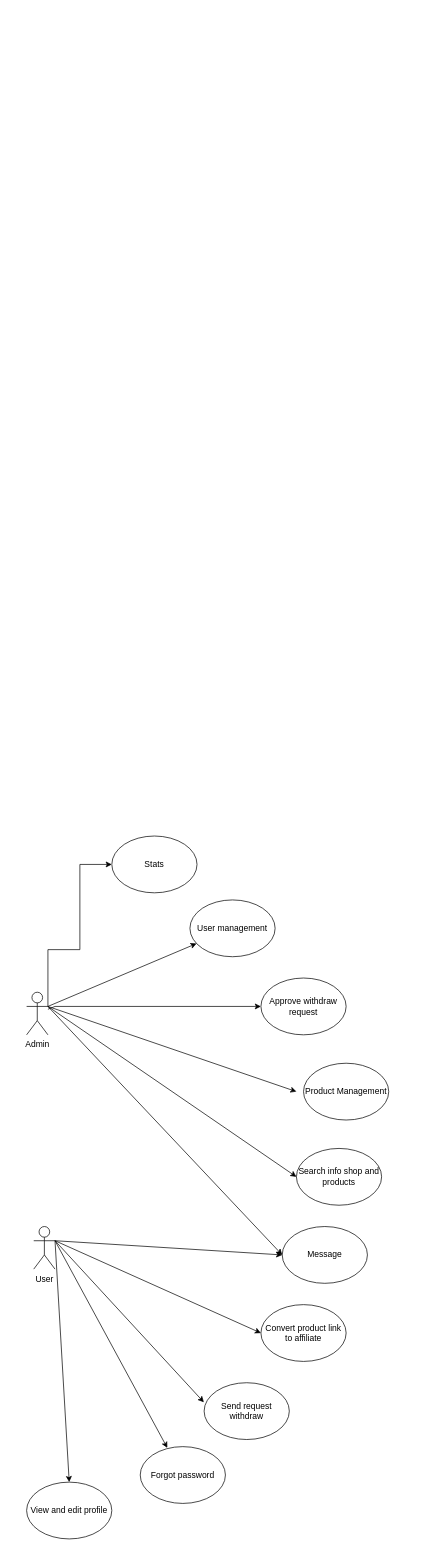
ducdungtranquang/Bai-Web keeps this draw.io diagram as Untitled Diagram.drawio. Above is the earlier version. Source tidied: cells renumbered, new cells numbered last; positions are measured from the earlier drawing's top-left corner, leaving out a move shared by most shapes. Both pictures are drawn from the tidied source at 71%, with x=0, y=0 at pixel (26, 836).
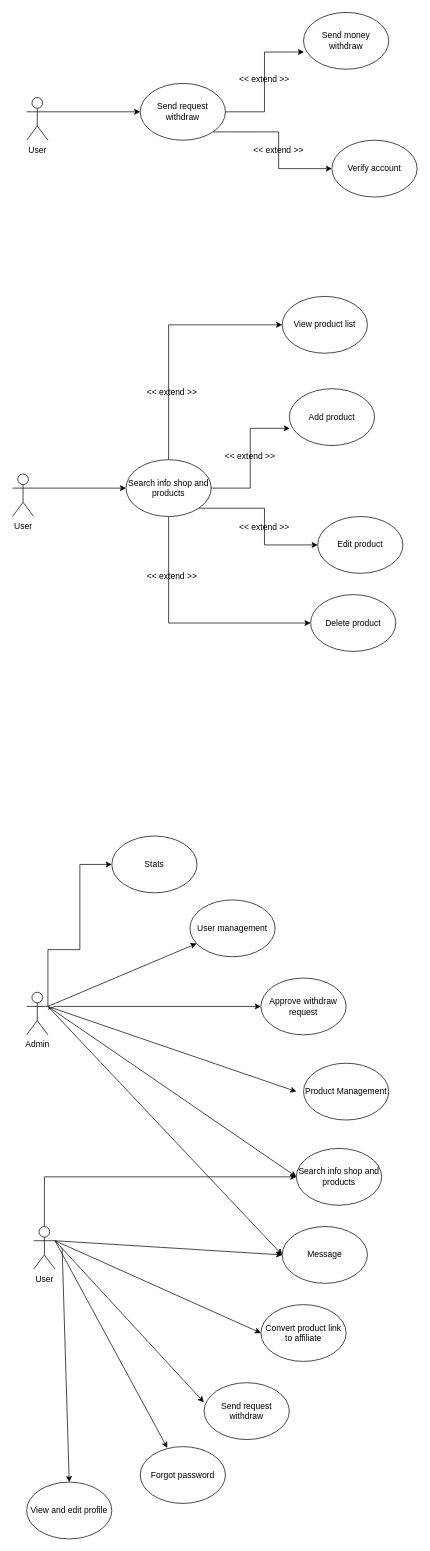
Above is the later version.

The change refers to these unchanged cells:
```xml
<mxCell id="8" value="Search info shop and products" style="ellipse;whiteSpace=wrap;html=1;" parent="1" vertex="1">
  <mxGeometry x="380" y="440" width="120" height="80" as="geometry" />
</mxCell>
<mxCell id="13" value="User" style="shape=umlActor;verticalLabelPosition=bottom;verticalAlign=top;html=1;outlineConnect=0;" parent="1" vertex="1">
  <mxGeometry x="10" y="550" width="30" height="60" as="geometry" />
</mxCell>
<mxCell id="14" value="View and edit profile" style="ellipse;whiteSpace=wrap;html=1;" parent="1" vertex="1">
  <mxGeometry y="910" width="120" height="80" as="geometry" />
</mxCell>
```

Diff of the diagram source:
```diff
@@
+    <mxCell id="25" style="edgeStyle=orthogonalEdgeStyle;rounded=0;jettySize=auto;html=1;exitX=0.5;exitY=0;exitDx=0;exitDy=0;exitPerimeter=0;entryX=0;entryY=0.5;entryDx=0;entryDy=0;" parent="1" edge="1" source="13" target="8">
+      <mxGeometry relative="1" as="geometry" />
+    </mxCell>
@@
-    <mxCell id="23" style="endArrow=classic;html=1;rounded=0;entryX=0.5;entryY=0;entryDx=0;entryDy=0;exitX=1;exitY=0.3333333333333333;exitDx=0;exitDy=0;exitPerimeter=0;" parent="1" edge="1" source="13" target="14">
-      <mxGeometry relative="1" as="geometry" />
+    <mxCell id="23" style="endArrow=classic;html=1;rounded=0;entryX=0.5;entryY=0;entryDx=0;entryDy=0;" parent="1" edge="1" target="14">
+      <mxGeometry relative="1" as="geometry">
+        <mxPoint x="50" y="580" as="sourcePoint" />
+      </mxGeometry>
     </mxCell>
@@
+    <mxCell id="26" value="User" style="shape=umlActor;verticalLabelPosition=bottom;verticalAlign=top;html=1;" parent="1" vertex="1">
+      <mxGeometry x="-20" y="-510" width="30" height="60" as="geometry" />
+    </mxCell>
+    <mxCell id="27" style="edgeStyle=orthogonalEdgeStyle;rounded=0;jettySize=auto;html=1;exitX=1;exitY=1;exitDx=0;exitDy=0;entryX=0;entryY=0.5;entryDx=0;entryDy=0;" parent="1" edge="1" source="30" target="32">
+      <mxGeometry relative="1" as="geometry" />
+    </mxCell>
+    <mxCell id="28" style="edgeStyle=orthogonalEdgeStyle;rounded=0;jettySize=auto;html=1;exitX=0.5;exitY=1;exitDx=0;exitDy=0;entryX=0;entryY=0.5;entryDx=0;entryDy=0;" parent="1" edge="1" source="30" target="37">
+      <mxGeometry relative="1" as="geometry" />
+    </mxCell>
+    <mxCell id="29" style="edgeStyle=orthogonalEdgeStyle;rounded=0;jettySize=auto;html=1;exitX=0.5;exitY=0;exitDx=0;exitDy=0;entryX=0;entryY=0.5;entryDx=0;entryDy=0;" parent="1" edge="1" source="30" target="38">
+      <mxGeometry relative="1" as="geometry" />
+    </mxCell>
+    <mxCell id="30" value="Search info shop and products" style="ellipse;whiteSpace=wrap;html=1;" parent="1" vertex="1">
+      <mxGeometry x="140" y="-530" width="120" height="80" as="geometry" />
+    </mxCell>
+    <mxCell id="31" style="endArrow=classic;html=1;rounded=0;entryX=0;entryY=0.5;entryDx=0;entryDy=0;" parent="1" edge="1" target="30">
+      <mxGeometry relative="1" as="geometry">
+        <mxPoint x="10" y="-490" as="sourcePoint" />
+      </mxGeometry>
+    </mxCell>
+    <mxCell id="32" value="Edit product" style="ellipse;whiteSpace=wrap;html=1;" parent="1" vertex="1">
+      <mxGeometry x="410" y="-450" width="120" height="80" as="geometry" />
+    </mxCell>
+    <mxCell id="33" value="Add product" style="ellipse;whiteSpace=wrap;html=1;" parent="1" vertex="1">
+      <mxGeometry x="370" y="-630" width="120" height="80" as="geometry" />
+    </mxCell>
+    <mxCell id="34" style="edgeStyle=orthogonalEdgeStyle;rounded=0;jettySize=auto;html=1;entryX=0.006;entryY=0.697;entryDx=0;entryDy=0;entryPerimeter=0;" parent="1" edge="1" source="30" target="33">
+      <mxGeometry relative="1" as="geometry" />
+    </mxCell>
+    <mxCell id="35" value="&amp;lt;&amp;lt; extend &amp;gt;&amp;gt;" style="text;html=1;align=center;verticalAlign=middle;whiteSpace=wrap;rounded=0;" parent="1" vertex="1">
+      <mxGeometry x="250" y="-550" width="130" height="30" as="geometry" />
+    </mxCell>
+    <mxCell id="36" value="&amp;lt;&amp;lt; extend &amp;gt;&amp;gt;" style="text;html=1;align=center;verticalAlign=middle;whiteSpace=wrap;rounded=0;" parent="1" vertex="1">
+      <mxGeometry x="270" y="-450" width="130" height="30" as="geometry" />
+    </mxCell>
+    <mxCell id="37" value="Delete product" style="ellipse;whiteSpace=wrap;html=1;" parent="1" vertex="1">
+      <mxGeometry x="400" y="-340" width="120" height="80" as="geometry" />
+    </mxCell>
+    <mxCell id="38" value="View product list" style="ellipse;whiteSpace=wrap;html=1;" parent="1" vertex="1">
+      <mxGeometry x="360" y="-760" width="120" height="80" as="geometry" />
+    </mxCell>
+    <mxCell id="39" value="&amp;lt;&amp;lt; extend &amp;gt;&amp;gt;" style="text;html=1;align=center;verticalAlign=middle;whiteSpace=wrap;rounded=0;" parent="1" vertex="1">
+      <mxGeometry x="140" y="-640" width="130" height="30" as="geometry" />
+    </mxCell>
+    <mxCell id="40" value="&amp;lt;&amp;lt; extend &amp;gt;&amp;gt;" style="text;html=1;align=center;verticalAlign=middle;whiteSpace=wrap;rounded=0;" parent="1" vertex="1">
+      <mxGeometry x="140" y="-380" width="130" height="30" as="geometry" />
+    </mxCell>
+    <mxCell id="41" value="User" style="shape=umlActor;verticalLabelPosition=bottom;verticalAlign=top;html=1;" parent="1" vertex="1">
+      <mxGeometry y="-1040" width="30" height="60" as="geometry" />
+    </mxCell>
+    <mxCell id="42" style="edgeStyle=orthogonalEdgeStyle;rounded=0;jettySize=auto;html=1;exitX=1;exitY=1;exitDx=0;exitDy=0;entryX=0;entryY=0.5;entryDx=0;entryDy=0;" parent="1" edge="1" source="43" target="45">
+      <mxGeometry relative="1" as="geometry" />
+    </mxCell>
+    <mxCell id="43" value="Send request withdraw" style="ellipse;whiteSpace=wrap;html=1;" parent="1" vertex="1">
+      <mxGeometry x="160" y="-1060" width="120" height="80" as="geometry" />
+    </mxCell>
+    <mxCell id="44" style="endArrow=classic;html=1;rounded=0;entryX=0;entryY=0.5;entryDx=0;entryDy=0;" parent="1" edge="1" target="43">
+      <mxGeometry relative="1" as="geometry">
+        <mxPoint x="30" y="-1020" as="sourcePoint" />
+      </mxGeometry>
+    </mxCell>
+    <mxCell id="45" value="Verify account" style="ellipse;whiteSpace=wrap;html=1;" parent="1" vertex="1">
+      <mxGeometry x="430" y="-980" width="120" height="80" as="geometry" />
+    </mxCell>
+    <mxCell id="46" value="Send money withdraw" style="ellipse;whiteSpace=wrap;html=1;" parent="1" vertex="1">
+      <mxGeometry x="390" y="-1160" width="120" height="80" as="geometry" />
+    </mxCell>
+    <mxCell id="47" style="edgeStyle=orthogonalEdgeStyle;rounded=0;jettySize=auto;html=1;entryX=0.006;entryY=0.697;entryDx=0;entryDy=0;entryPerimeter=0;" parent="1" edge="1" source="43" target="46">
+      <mxGeometry relative="1" as="geometry" />
+    </mxCell>
+    <mxCell id="48" value="&amp;lt;&amp;lt; extend &amp;gt;&amp;gt;" style="text;html=1;align=center;verticalAlign=middle;whiteSpace=wrap;rounded=0;" parent="1" vertex="1">
+      <mxGeometry x="270" y="-1080" width="130" height="30" as="geometry" />
+    </mxCell>
+    <mxCell id="49" value="&amp;lt;&amp;lt; extend &amp;gt;&amp;gt;" style="text;html=1;align=center;verticalAlign=middle;whiteSpace=wrap;rounded=0;" parent="1" vertex="1">
+      <mxGeometry x="290" y="-980" width="130" height="30" as="geometry" />
+    </mxCell>
```
